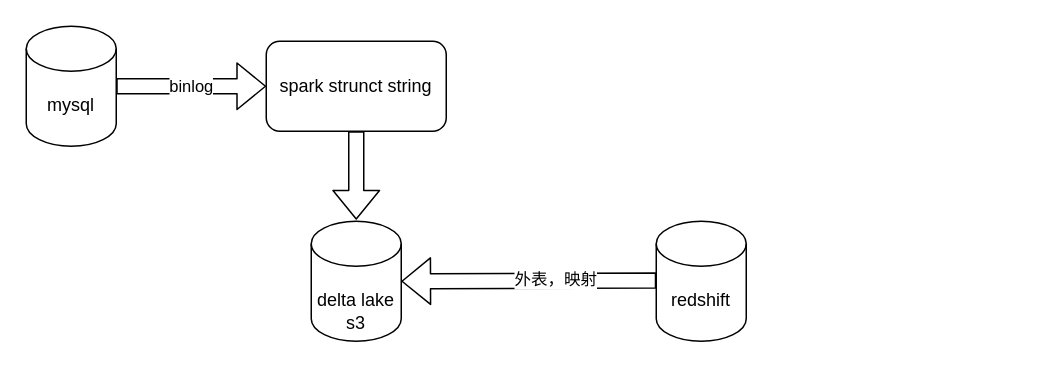
This is dir1/Untitled Diagram.drawio from liangrui1988/diagrams, a draw.io file, before an edit. Source tidied: cells renumbered, new cells numbered last; positions are measured from the earlier drawing's top-left corner, leaving out a move shared by most shapes. Both pictures are drawn from the tidied source at 150%, with x=0, y=0 at pixel (26, 26).
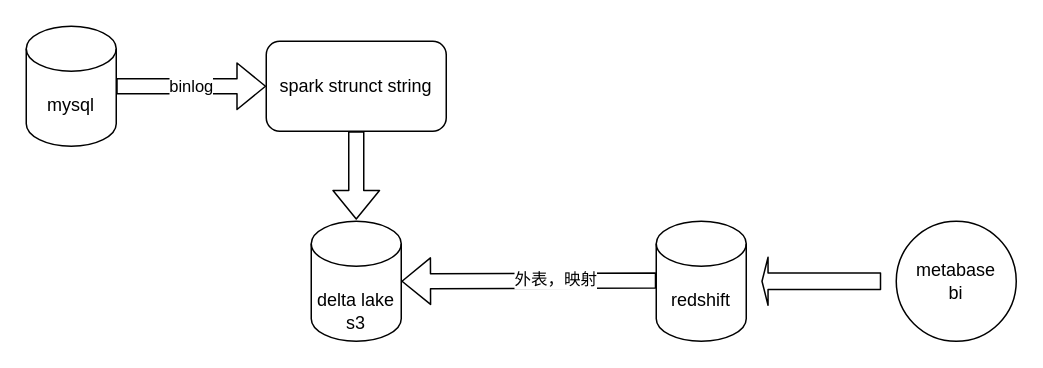
Above is the later version.

What changed in the source:
```diff
@@
 <mxGraphModel>
   <root>
     <mxCell id="0" />
     <mxCell id="1" parent="0" />
     <mxCell id="2" value="spark strunct string" style="rounded=1;whiteSpace=wrap;html=1;" parent="1" vertex="1">
       <mxGeometry x="160" y="10" width="120" height="60" as="geometry" />
     </mxCell>
     <mxCell id="3" value="mysql" style="shape=cylinder3;whiteSpace=wrap;html=1;boundedLbl=1;backgroundOutline=1;size=15;" parent="1" vertex="1">
       <mxGeometry width="60" height="80" as="geometry" />
     </mxCell>
     <mxCell id="4" value="&lt;br&gt;delta lake&lt;br&gt;s3" style="shape=cylinder3;whiteSpace=wrap;html=1;boundedLbl=1;backgroundOutline=1;size=15;" parent="1" vertex="1">
       <mxGeometry x="190" y="130" width="60" height="80" as="geometry" />
     </mxCell>
     <mxCell id="5" value="redshift" style="shape=cylinder3;whiteSpace=wrap;html=1;boundedLbl=1;backgroundOutline=1;size=15;" parent="1" vertex="1">
       <mxGeometry x="420" y="130" width="60" height="80" as="geometry" />
     </mxCell>
     <mxCell id="6" style="shape=flexArrow;endArrow=classic;html=1;entryX=1;entryY=0.5;entryDx=0;entryDy=0;entryPerimeter=0;" parent="1" edge="1" target="4">
       <mxGeometry relative="1" as="geometry">
         <mxPoint x="420" y="169.5" as="sourcePoint" />
       </mxGeometry>
     </mxCell>
     <mxCell id="7" value="外表，映射" style="edgeLabel;html=1;align=center;verticalAlign=middle;" parent="6" vertex="1">
       <mxGeometry x="-0.21" y="-1" relative="1" as="geometry" />
     </mxCell>
     <mxCell id="8" style="shape=flexArrow;endArrow=classic;html=1;exitX=0.5;exitY=1;exitDx=0;exitDy=0;" parent="1" edge="1" source="2">
       <mxGeometry relative="1" as="geometry">
         <mxPoint x="220" y="129" as="targetPoint" />
       </mxGeometry>
     </mxCell>
     <mxCell id="9" value="binlog" style="shape=flexArrow;endArrow=classic;html=1;entryX=0;entryY=0.5;entryDx=0;entryDy=0;exitX=1;exitY=0.5;exitDx=0;exitDy=0;exitPerimeter=0;" parent="1" edge="1" source="3" target="2">
       <mxGeometry relative="1" as="geometry" />
     </mxCell>
+    <mxCell id="10" value="metabase&lt;br&gt;bi" style="ellipse;whiteSpace=wrap;html=1;" parent="1" vertex="1">
+      <mxGeometry x="580" y="130" width="80" height="80" as="geometry" />
+    </mxCell>
+    <mxCell id="11" style="shape=flexArrow;endArrow=classic;html=1;width=11;endSize=1.01;" parent="1" edge="1">
+      <mxGeometry relative="1" as="geometry">
+        <mxPoint x="570" y="170" as="sourcePoint" />
+        <mxPoint x="490" y="170" as="targetPoint" />
+      </mxGeometry>
+    </mxCell>
   </root>
 </mxGraphModel>
```
